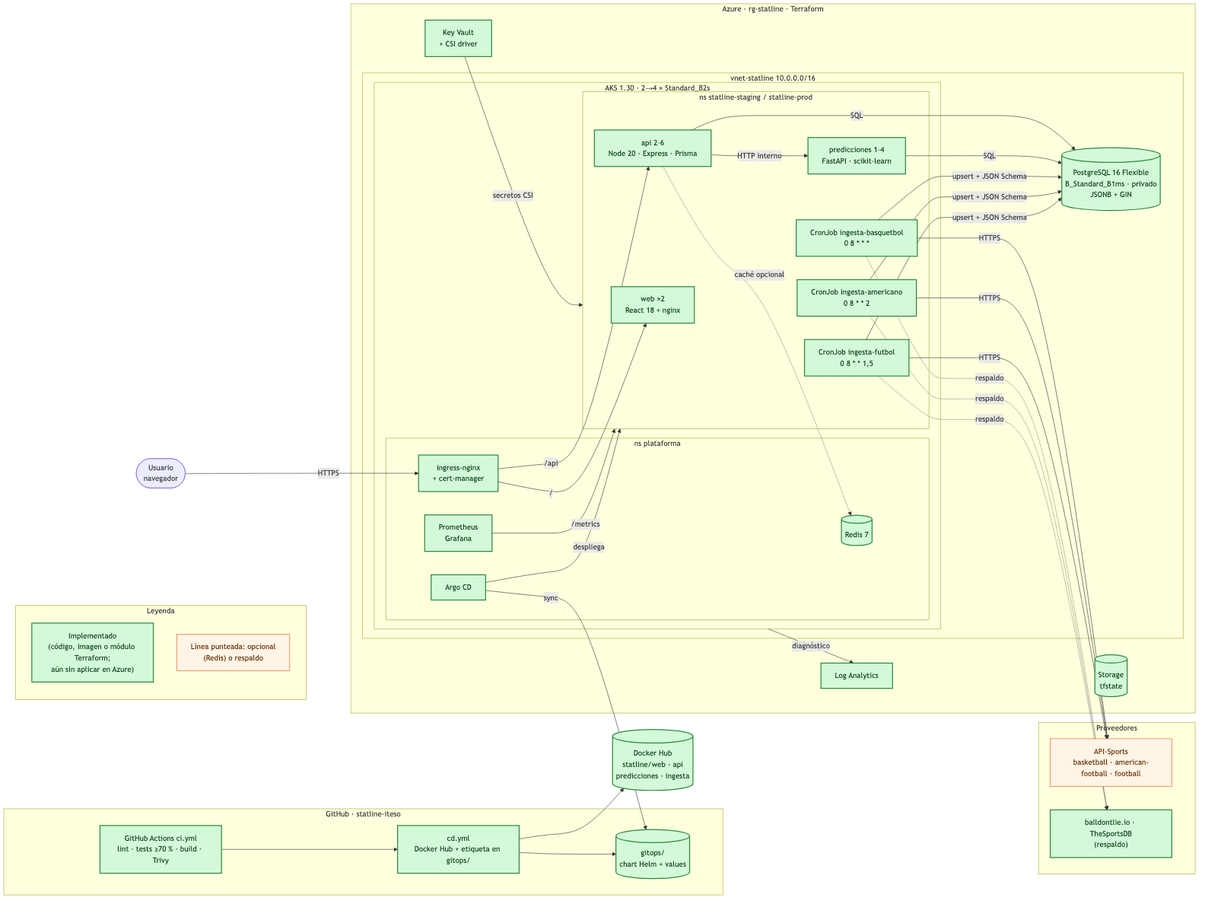
Above: docs/solucion.png in statline-iteso/statline-infra (Mermaid), before the change. Its source is kept beside it as docs/solucion.mmd.
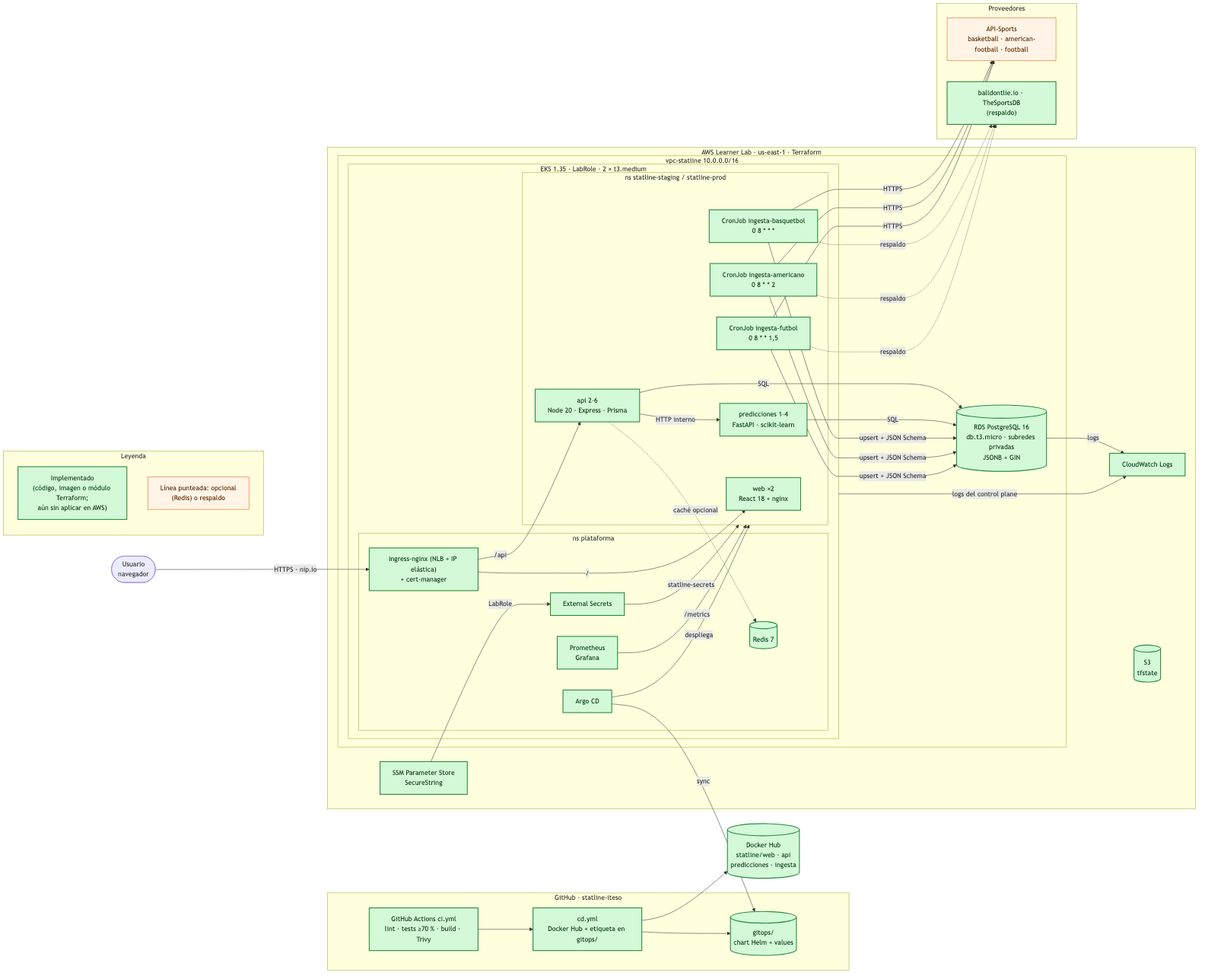
The same file after the commit.

Commit message:
docs: describe the AWS Learner Lab stack instead of Azure

Change to the diagram source:
```diff
@@ -4,7 +4,7 @@
 
     subgraph LEG["Leyenda"]
         direction TB
-        L1["Implementado<br/>(código, imagen o módulo Terraform;<br/>aún sin aplicar en Azure)"]:::done
+        L1["Implementado<br/>(código, imagen o módulo Terraform;<br/>aún sin aplicar en AWS)"]:::done
         L2["Línea punteada: opcional<br/>(Redis) o respaldo"]:::ext
     end
 
@@ -19,17 +19,18 @@
 
     HUB[("Docker Hub<br/>statline/web · api<br/>predicciones · ingesta")]:::done
 
-    subgraph AZ["Azure · rg-statline · Terraform"]
+    subgraph AWS["AWS Learner Lab · us-east-1 · Terraform"]
         direction TB
-        subgraph NET["vnet-statline 10.0.0.0/16"]
+        subgraph NET["vpc-statline 10.0.0.0/16"]
             direction TB
-            subgraph AKS["AKS 1.30 · 2→4 × Standard_B2s"]
+            subgraph EKS["EKS 1.35 · LabRole · 2 × t3.medium"]
                 direction TB
                 subgraph PLAT["ns plataforma"]
-                    ING["ingress-nginx<br/>+ cert-manager"]:::done
+                    ING["ingress-nginx (NLB + IP elástica)<br/>+ cert-manager"]:::done
                     ARGO["Argo CD"]:::done
                     PROM["Prometheus<br/>Grafana"]:::done
                     REDIS[("Redis 7")]:::done
+                    ESO["External Secrets"]:::done
                 end
                 subgraph APP["ns statline-staging / statline-prod"]
                     WEB["web ×2<br/>React 18 + nginx"]:::done
@@ -40,11 +41,11 @@
                     CJF["CronJob ingesta-futbol<br/>0 8 * * 1,5"]:::done
                 end
             end
-            PG[("PostgreSQL 16 Flexible<br/>B_Standard_B1ms · privado<br/>JSONB + GIN")]:::done
+            PG[("RDS PostgreSQL 16<br/>db.t3.micro · subredes privadas<br/>JSONB + GIN")]:::done
         end
-        KV["Key Vault<br/>+ CSI driver"]:::done
-        LA["Log Analytics"]:::done
-        ST[("Storage<br/>tfstate")]:::done
+        KV["SSM Parameter Store<br/>SecureString"]:::done
+        LA["CloudWatch Logs"]:::done
+        ST[("S3<br/>tfstate")]:::done
     end
 
     subgraph EXT["Proveedores"]
@@ -53,7 +54,7 @@
         BDL["balldontlie.io · TheSportsDB<br/>(respaldo)"]:::done
     end
 
-    USR -->|HTTPS| ING
+    USR -->|"HTTPS · nip.io"| ING
     ING -->|/| WEB
     ING -->|/api| API
     API -->|SQL| PG
@@ -69,10 +70,12 @@
     CJF -.->|respaldo| BDL
     CJA -->|upsert + JSON Schema| PG
     CJF -->|upsert + JSON Schema| PG
-    KV -->|secretos CSI| APP
+    KV -->|LabRole| ESO
+    ESO -->|statline-secrets| APP
     PROM -->|/metrics| APP
     CI --> CD --> HUB
     CD --> GITOPS
     ARGO -->|sync| GITOPS
     ARGO -->|despliega| APP
-    AKS -->|diagnóstico| LA
+    EKS -->|logs del control plane| LA
+    PG -->|logs| LA
```
